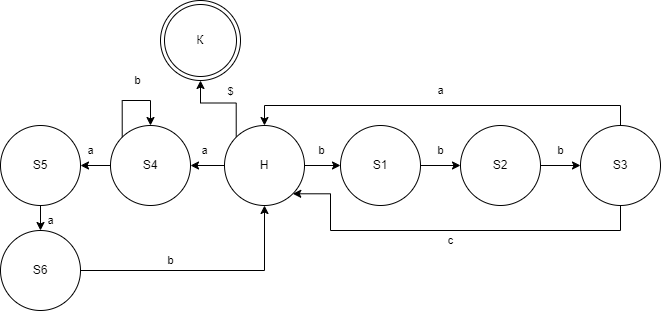
The draw.io diagram SPO/lr2/graph.png in Mutabona/4Semestr, before a commit. Source tidied: cells renumbered, new cells last; positions are measured from the earlier drawing's top-left corner, leaving out a move shared by most shapes. Source of this version:
```xml
<mxGraphModel>
  <root>
    <mxCell id="0" />
    <mxCell id="1" parent="0" />
    <mxCell id="2" value="b" style="edgeStyle=orthogonalEdgeStyle;rounded=0;jettySize=auto;html=1;entryX=0;entryY=0.5;entryDx=0;entryDy=0;" parent="1" edge="1" source="5" target="7">
      <mxGeometry x="0.13" y="15" relative="1" as="geometry" />
    </mxCell>
    <mxCell id="3" value="a" style="edgeStyle=orthogonalEdgeStyle;rounded=0;jettySize=auto;html=1;entryX=1;entryY=0.5;entryDx=0;entryDy=0;" parent="1" edge="1" source="5" target="14">
      <mxGeometry x="0.39" y="-15" relative="1" as="geometry" />
    </mxCell>
    <mxCell id="4" value="$" style="edgeStyle=orthogonalEdgeStyle;rounded=0;jettySize=auto;html=1;exitX=0;exitY=0;exitDx=0;exitDy=0;" parent="1" edge="1" source="5" target="20">
      <mxGeometry x="-0.14" y="-12" relative="1" as="geometry" />
    </mxCell>
    <mxCell id="5" value="H" style="ellipse;whiteSpace=wrap;html=1;" parent="1" vertex="1">
      <mxGeometry x="224" y="125" width="80" height="80" as="geometry" />
    </mxCell>
    <mxCell id="6" value="b" style="edgeStyle=orthogonalEdgeStyle;rounded=0;jettySize=auto;html=1;entryX=0;entryY=0.5;entryDx=0;entryDy=0;" parent="1" edge="1" source="7" target="9">
      <mxGeometry y="15" relative="1" as="geometry" />
    </mxCell>
    <mxCell id="7" value="S1" style="ellipse;whiteSpace=wrap;html=1;" parent="1" vertex="1">
      <mxGeometry x="340" y="125" width="80" height="80" as="geometry" />
    </mxCell>
    <mxCell id="8" value="b" style="edgeStyle=orthogonalEdgeStyle;rounded=0;jettySize=auto;html=1;entryX=0;entryY=0.5;entryDx=0;entryDy=0;" parent="1" edge="1" source="9" target="12">
      <mxGeometry y="15" relative="1" as="geometry" />
    </mxCell>
    <mxCell id="9" value="S2" style="ellipse;whiteSpace=wrap;html=1;" parent="1" vertex="1">
      <mxGeometry x="460" y="125" width="80" height="80" as="geometry" />
    </mxCell>
    <mxCell id="10" value="a" style="edgeStyle=orthogonalEdgeStyle;rounded=0;jettySize=auto;html=1;entryX=0.5;entryY=0;entryDx=0;entryDy=0;" parent="1" edge="1" source="12" target="5">
      <mxGeometry x="0.01" y="-15" relative="1" as="geometry">
        <Array as="points">
          <mxPoint x="620" y="105" />
          <mxPoint x="264" y="105" />
        </Array>
      </mxGeometry>
    </mxCell>
    <mxCell id="11" value="c" style="edgeStyle=orthogonalEdgeStyle;rounded=0;jettySize=auto;html=1;entryX=1;entryY=1;entryDx=0;entryDy=0;" parent="1" edge="1" source="12" target="5">
      <mxGeometry y="10" relative="1" as="geometry">
        <Array as="points">
          <mxPoint x="620" y="230" />
          <mxPoint x="330" y="230" />
          <mxPoint x="330" y="193" />
        </Array>
      </mxGeometry>
    </mxCell>
    <mxCell id="12" value="S3" style="ellipse;whiteSpace=wrap;html=1;" parent="1" vertex="1">
      <mxGeometry x="580" y="125" width="80" height="80" as="geometry" />
    </mxCell>
    <mxCell id="13" value="a" style="edgeStyle=orthogonalEdgeStyle;rounded=0;jettySize=auto;html=1;entryX=1;entryY=0.5;entryDx=0;entryDy=0;" parent="1" edge="1" source="14" target="17">
      <mxGeometry x="0.6" y="-15" relative="1" as="geometry" />
    </mxCell>
    <mxCell id="14" value="S4" style="ellipse;whiteSpace=wrap;html=1;" parent="1" vertex="1">
      <mxGeometry x="110" y="125" width="80" height="80" as="geometry" />
    </mxCell>
    <mxCell id="15" value="b" style="edgeStyle=orthogonalEdgeStyle;rounded=0;orthogonalLoop=1;jettySize=auto;html=1;entryX=0.5;entryY=0;entryDx=0;entryDy=0;exitX=0;exitY=0;exitDx=0;exitDy=0;" parent="1" edge="1" source="14" target="14">
      <mxGeometry x="0.16" y="20" relative="1" as="geometry">
        <Array as="points">
          <mxPoint x="122" y="100" />
          <mxPoint x="150" y="100" />
        </Array>
      </mxGeometry>
    </mxCell>
    <mxCell id="16" value="a" style="edgeStyle=orthogonalEdgeStyle;rounded=0;jettySize=auto;html=1;entryX=0.5;entryY=0;entryDx=0;entryDy=0;" parent="1" edge="1" source="17" target="18">
      <mxGeometry x="0.64" y="10" relative="1" as="geometry" />
    </mxCell>
    <mxCell id="17" value="S5" style="ellipse;whiteSpace=wrap;html=1;" parent="1" vertex="1">
      <mxGeometry y="125" width="80" height="80" as="geometry" />
    </mxCell>
    <mxCell id="18" value="S6" style="ellipse;whiteSpace=wrap;html=1;" parent="1" vertex="1">
      <mxGeometry y="230" width="80" height="80" as="geometry" />
    </mxCell>
    <mxCell id="19" value="b" style="edgeStyle=orthogonalEdgeStyle;rounded=0;jettySize=auto;html=1;entryX=0.5;entryY=1;entryDx=0;entryDy=0;exitX=1;exitY=0.5;exitDx=0;exitDy=0;" parent="1" edge="1" source="18" target="5">
      <mxGeometry x="-0.28" y="10" relative="1" as="geometry" />
    </mxCell>
    <mxCell id="20" value="К" style="ellipse;shape=doubleEllipse;whiteSpace=wrap;html=1;" parent="1" vertex="1">
      <mxGeometry x="160" width="80" height="80" as="geometry" />
    </mxCell>
  </root>
</mxGraphModel>
```
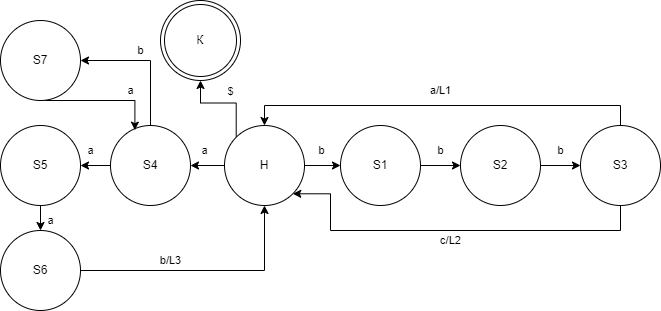
The same file after the commit.

The edit, as a diff of the source:
```diff
@@ -26,7 +26,7 @@
     <mxCell id="9" value="S2" style="ellipse;whiteSpace=wrap;html=1;" parent="1" vertex="1">
       <mxGeometry x="460" y="125" width="80" height="80" as="geometry" />
     </mxCell>
-    <mxCell id="10" value="a" style="edgeStyle=orthogonalEdgeStyle;rounded=0;jettySize=auto;html=1;entryX=0.5;entryY=0;entryDx=0;entryDy=0;" parent="1" edge="1" source="12" target="5">
+    <mxCell id="10" value="a/L1" style="edgeStyle=orthogonalEdgeStyle;rounded=0;jettySize=auto;html=1;entryX=0.5;entryY=0;entryDx=0;entryDy=0;" parent="1" edge="1" source="12" target="5">
       <mxGeometry x="0.01" y="-15" relative="1" as="geometry">
         <Array as="points">
           <mxPoint x="620" y="105" />
@@ -34,7 +34,7 @@
         </Array>
       </mxGeometry>
     </mxCell>
-    <mxCell id="11" value="c" style="edgeStyle=orthogonalEdgeStyle;rounded=0;jettySize=auto;html=1;entryX=1;entryY=1;entryDx=0;entryDy=0;" parent="1" edge="1" source="12" target="5">
+    <mxCell id="11" value="c/L2" style="edgeStyle=orthogonalEdgeStyle;rounded=0;jettySize=auto;html=1;entryX=1;entryY=1;entryDx=0;entryDy=0;" parent="1" edge="1" source="12" target="5">
       <mxGeometry y="10" relative="1" as="geometry">
         <Array as="points">
           <mxPoint x="620" y="230" />
@@ -49,17 +49,16 @@
     <mxCell id="13" value="a" style="edgeStyle=orthogonalEdgeStyle;rounded=0;jettySize=auto;html=1;entryX=1;entryY=0.5;entryDx=0;entryDy=0;" parent="1" edge="1" source="14" target="17">
       <mxGeometry x="0.6" y="-15" relative="1" as="geometry" />
     </mxCell>
+    <mxCell id="15" value="b" style="edgeStyle=orthogonalEdgeStyle;rounded=0;jettySize=auto;html=1;entryX=1;entryY=0.5;entryDx=0;entryDy=0;" parent="1" edge="1" source="14" target="22">
+      <mxGeometry x="0.11" y="-10" relative="1" as="geometry">
+        <Array as="points">
+          <mxPoint x="150" y="60" />
+        </Array>
+      </mxGeometry>
+    </mxCell>
     <mxCell id="14" value="S4" style="ellipse;whiteSpace=wrap;html=1;" parent="1" vertex="1">
       <mxGeometry x="110" y="125" width="80" height="80" as="geometry" />
     </mxCell>
-    <mxCell id="15" value="b" style="edgeStyle=orthogonalEdgeStyle;rounded=0;orthogonalLoop=1;jettySize=auto;html=1;entryX=0.5;entryY=0;entryDx=0;entryDy=0;exitX=0;exitY=0;exitDx=0;exitDy=0;" parent="1" edge="1" source="14" target="14">
-      <mxGeometry x="0.16" y="20" relative="1" as="geometry">
-        <Array as="points">
-          <mxPoint x="122" y="100" />
-          <mxPoint x="150" y="100" />
-        </Array>
-      </mxGeometry>
-    </mxCell>
     <mxCell id="16" value="a" style="edgeStyle=orthogonalEdgeStyle;rounded=0;jettySize=auto;html=1;entryX=0.5;entryY=0;entryDx=0;entryDy=0;" parent="1" edge="1" source="17" target="18">
       <mxGeometry x="0.64" y="10" relative="1" as="geometry" />
     </mxCell>
@@ -69,11 +68,21 @@
     <mxCell id="18" value="S6" style="ellipse;whiteSpace=wrap;html=1;" parent="1" vertex="1">
       <mxGeometry y="230" width="80" height="80" as="geometry" />
     </mxCell>
-    <mxCell id="19" value="b" style="edgeStyle=orthogonalEdgeStyle;rounded=0;jettySize=auto;html=1;entryX=0.5;entryY=1;entryDx=0;entryDy=0;exitX=1;exitY=0.5;exitDx=0;exitDy=0;" parent="1" edge="1" source="18" target="5">
+    <mxCell id="19" value="b/L3" style="edgeStyle=orthogonalEdgeStyle;rounded=0;jettySize=auto;html=1;entryX=0.5;entryY=1;entryDx=0;entryDy=0;exitX=1;exitY=0.5;exitDx=0;exitDy=0;" parent="1" edge="1" source="18" target="5">
       <mxGeometry x="-0.28" y="10" relative="1" as="geometry" />
     </mxCell>
     <mxCell id="20" value="К" style="ellipse;shape=doubleEllipse;whiteSpace=wrap;html=1;" parent="1" vertex="1">
       <mxGeometry x="160" width="80" height="80" as="geometry" />
     </mxCell>
+    <mxCell id="21" value="a" style="edgeStyle=orthogonalEdgeStyle;rounded=0;jettySize=auto;html=1;entryX=0.305;entryY=0.058;entryDx=0;entryDy=0;entryPerimeter=0;" parent="1" edge="1" source="22" target="14">
+      <mxGeometry x="0.45" y="10" relative="1" as="geometry">
+        <Array as="points">
+          <mxPoint x="134" y="100" />
+        </Array>
+      </mxGeometry>
+    </mxCell>
+    <mxCell id="22" value="S7" style="ellipse;whiteSpace=wrap;html=1;" parent="1" vertex="1">
+      <mxGeometry y="20" width="80" height="80" as="geometry" />
+    </mxCell>
   </root>
 </mxGraphModel>
```
